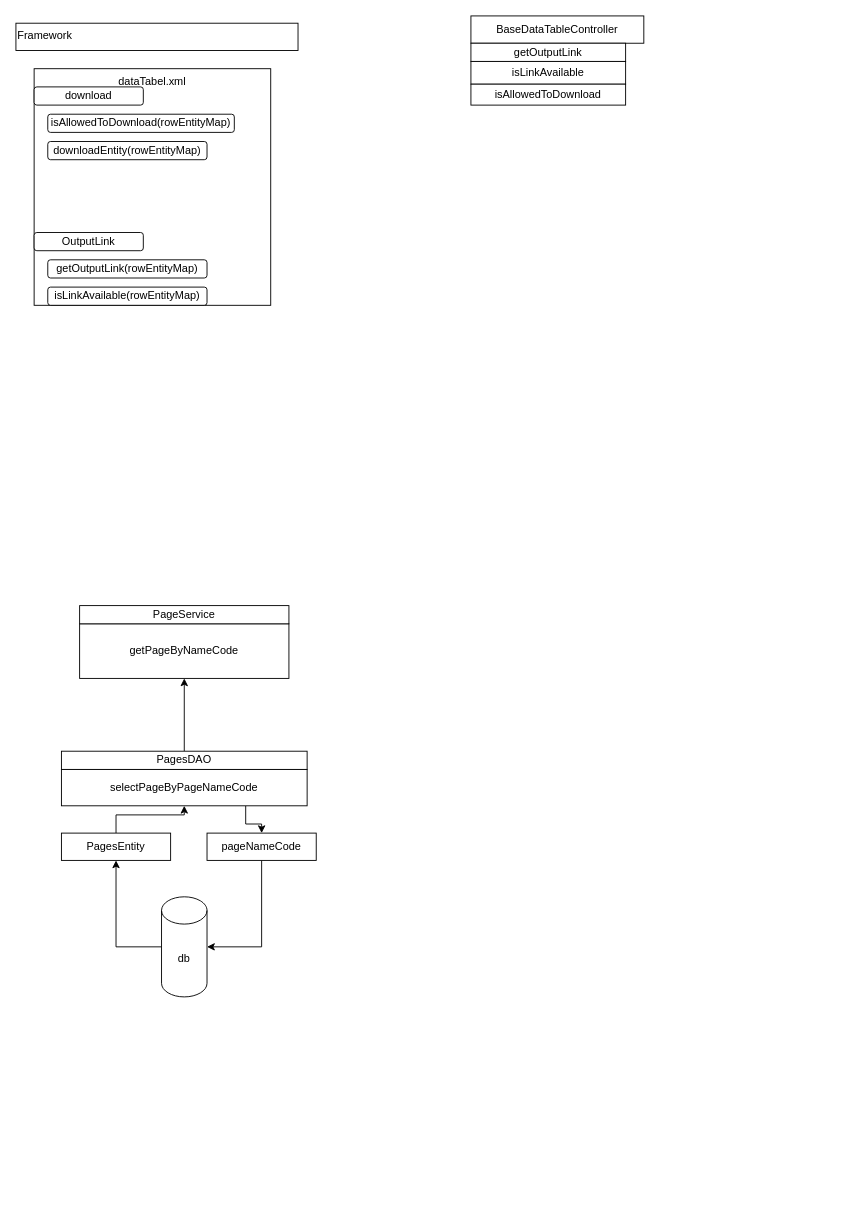
The draw.io diagram Untitled Diagram.drawio in David1991dev/teszt, before the edit. Source tidied: cells renumbered, new cells numbered last; positions are measured from the earlier drawing's top-left corner, leaving out a move shared by most shapes. Both pictures are drawn from the tidied source at 91%, with x=0, y=0 at pixel (15, 15).
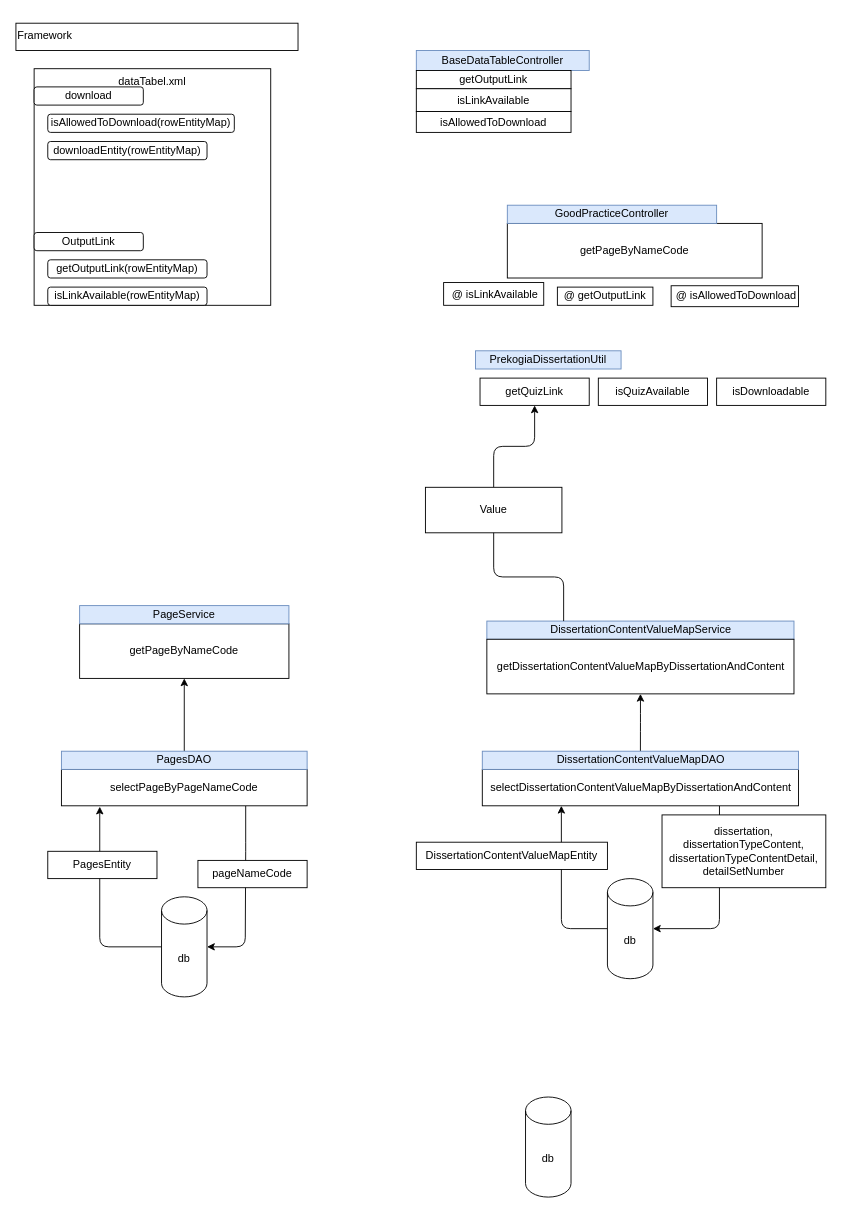
The same diagram, later.

The change refers to these unchanged cells:
```xml
<mxCell id="13" value="selectPageByPageNameCode" style="whiteSpace=wrap;html=1;" parent="1" vertex="1">
  <mxGeometry x="50" y="828" width="270" height="40" as="geometry" />
</mxCell>
<mxCell id="17" value="db" style="shape=cylinder3;whiteSpace=wrap;html=1;boundedLbl=1;backgroundOutline=1;size=15;" parent="1" vertex="1">
  <mxGeometry x="160" y="968" width="50" height="110" as="geometry" />
</mxCell>
```

Change to the diagram source:
```diff
@@
-    <mxCell id="11" value="PageService" style="rounded=0;whiteSpace=wrap;html=1;" parent="1" vertex="1">
+    <mxCell id="11" value="PageService" style="rounded=0;whiteSpace=wrap;html=1;fillColor=#dae8fc;strokeColor=#6c8ebf;" parent="1" vertex="1">
       <mxGeometry x="70" y="648" width="230" height="20" as="geometry" />
     </mxCell>
-    <mxCell id="12" style="edgeStyle=orthogonalEdgeStyle;rounded=0;jettySize=auto;html=1;exitX=0.75;exitY=1;exitDx=0;exitDy=0;" parent="1" edge="1" source="13" target="19">
-      <mxGeometry relative="1" as="geometry" />
-    </mxCell>
+    <mxCell id="26" style="edgeStyle=orthogonalEdgeStyle;curved=0;rounded=1;sketch=0;jettySize=auto;html=1;exitX=0.75;exitY=1;exitDx=0;exitDy=0;entryX=1;entryY=0.5;entryDx=0;entryDy=0;entryPerimeter=0;" parent="1" edge="1" source="13" target="17">
+      <mxGeometry relative="1" as="geometry">
+        <Array as="points">
+          <mxPoint x="252" y="918" />
+          <mxPoint x="252" y="918" />
+          <mxPoint x="252" y="1023" />
+        </Array>
+      </mxGeometry>
+    </mxCell>
@@
-    <mxCell id="15" value="PagesDAO" style="rounded=0;whiteSpace=wrap;html=1;" parent="1" vertex="1">
+    <mxCell id="15" value="PagesDAO" style="rounded=0;whiteSpace=wrap;html=1;fillColor=#dae8fc;strokeColor=#6c8ebf;" parent="1" vertex="1">
       <mxGeometry x="50" y="808" width="270" height="20" as="geometry" />
     </mxCell>
-    <mxCell id="16" style="edgeStyle=orthogonalEdgeStyle;rounded=0;jettySize=auto;html=1;exitX=0;exitY=0.5;exitDx=0;exitDy=0;exitPerimeter=0;entryX=0.5;entryY=1;entryDx=0;entryDy=0;" parent="1" edge="1" source="17" target="21">
-      <mxGeometry relative="1" as="geometry" />
-    </mxCell>
+    <mxCell id="27" style="edgeStyle=orthogonalEdgeStyle;curved=0;rounded=1;sketch=0;jettySize=auto;html=1;exitX=0;exitY=0.5;exitDx=0;exitDy=0;exitPerimeter=0;entryX=0.156;entryY=1.023;entryDx=0;entryDy=0;entryPerimeter=0;" parent="1" edge="1" source="17" target="13">
+      <mxGeometry relative="1" as="geometry">
+        <Array as="points">
+          <mxPoint x="92" y="1023" />
+        </Array>
+      </mxGeometry>
+    </mxCell>
@@
-    <mxCell id="18" style="edgeStyle=orthogonalEdgeStyle;rounded=0;jettySize=auto;html=1;exitX=0.5;exitY=1;exitDx=0;exitDy=0;entryX=1;entryY=0.5;entryDx=0;entryDy=0;entryPerimeter=0;" parent="1" edge="1" source="19" target="17">
-      <mxGeometry relative="1" as="geometry" />
-    </mxCell>
     <mxCell id="19" value="pageNameCode" style="rounded=0;whiteSpace=wrap;html=1;" parent="1" vertex="1">
-      <mxGeometry x="210" y="898" width="120" height="30" as="geometry" />
+      <mxGeometry x="200" y="928" width="120" height="30" as="geometry" />
     </mxCell>
-    <mxCell id="20" style="edgeStyle=orthogonalEdgeStyle;rounded=0;jettySize=auto;html=1;exitX=0.5;exitY=0;exitDx=0;exitDy=0;" parent="1" edge="1" source="21" target="13">
-      <mxGeometry relative="1" as="geometry" />
-    </mxCell>
     <mxCell id="21" value="PagesEntity" style="rounded=0;whiteSpace=wrap;html=1;" parent="1" vertex="1">
-      <mxGeometry x="50" y="898" width="120" height="30" as="geometry" />
+      <mxGeometry x="35" y="918" width="120" height="30" as="geometry" />
     </mxCell>
-    <mxCell id="22" value="BaseDataTableController" style="rounded=0;whiteSpace=wrap;html=1;" parent="1" vertex="1">
-      <mxGeometry x="500" width="190" height="30" as="geometry" />
+    <mxCell id="22" value="BaseDataTableController" style="rounded=0;whiteSpace=wrap;html=1;fillColor=#dae8fc;strokeColor=#6c8ebf;" parent="1" vertex="1">
+      <mxGeometry x="440" y="38" width="190" height="22" as="geometry" />
     </mxCell>
     <mxCell id="23" value="getOutputLink" style="rounded=0;whiteSpace=wrap;html=1;" parent="1" vertex="1">
-      <mxGeometry x="500" y="30" width="170" height="20" as="geometry" />
+      <mxGeometry x="440" y="60" width="170" height="20" as="geometry" />
     </mxCell>
     <mxCell id="24" value="isLinkAvailable" style="rounded=0;whiteSpace=wrap;html=1;" parent="1" vertex="1">
-      <mxGeometry x="500" y="50" width="170" height="25" as="geometry" />
+      <mxGeometry x="440" y="80" width="170" height="25" as="geometry" />
     </mxCell>
     <mxCell id="25" value="isAllowedToDownload" style="rounded=0;whiteSpace=wrap;html=1;" parent="1" vertex="1">
-      <mxGeometry x="500" y="75" width="170" height="23" as="geometry" />
+      <mxGeometry x="440" y="105" width="170" height="23" as="geometry" />
     </mxCell>
+    <mxCell id="28" value="getPageByNameCode" style="rounded=0;whiteSpace=wrap;html=1;" parent="1" vertex="1">
+      <mxGeometry x="540" y="228" width="280" height="60" as="geometry" />
+    </mxCell>
+    <mxCell id="29" value="GoodPracticeController" style="rounded=0;whiteSpace=wrap;html=1;fillColor=#dae8fc;strokeColor=#6c8ebf;" parent="1" vertex="1">
+      <mxGeometry x="540" y="208" width="230" height="20" as="geometry" />
+    </mxCell>
+    <mxCell id="30" value="@ getOutputLink" style="rounded=0;whiteSpace=wrap;html=1;" parent="1" vertex="1">
+      <mxGeometry x="595" y="298" width="105" height="20" as="geometry" />
+    </mxCell>
+    <mxCell id="31" value="&amp;nbsp;@ isLinkAvailable" style="rounded=0;whiteSpace=wrap;html=1;" parent="1" vertex="1">
+      <mxGeometry x="470" y="293" width="110" height="25" as="geometry" />
+    </mxCell>
+    <mxCell id="32" value="&amp;nbsp;@ isAllowedToDownload" style="rounded=0;whiteSpace=wrap;html=1;" parent="1" vertex="1">
+      <mxGeometry x="720" y="296.5" width="140" height="23" as="geometry" />
+    </mxCell>
+    <mxCell id="33" value="getQuizLink" style="rounded=0;whiteSpace=wrap;html=1;" parent="1" vertex="1">
+      <mxGeometry x="510" y="398" width="120" height="30" as="geometry" />
+    </mxCell>
+    <mxCell id="34" value="isQuizAvailable" style="rounded=0;whiteSpace=wrap;html=1;" parent="1" vertex="1">
+      <mxGeometry x="640" y="398" width="120" height="30" as="geometry" />
+    </mxCell>
+    <mxCell id="35" value="isDownloadable" style="rounded=0;whiteSpace=wrap;html=1;" parent="1" vertex="1">
+      <mxGeometry x="770" y="398" width="120" height="30" as="geometry" />
+    </mxCell>
+    <mxCell id="36" value="PrekogiaDissertationUtil" style="rounded=0;whiteSpace=wrap;html=1;fillColor=#dae8fc;strokeColor=#6c8ebf;" parent="1" vertex="1">
+      <mxGeometry x="505" y="368" width="160" height="20" as="geometry" />
+    </mxCell>
+    <mxCell id="37" value="db" style="shape=cylinder3;whiteSpace=wrap;html=1;boundedLbl=1;backgroundOutline=1;size=15;" parent="1" vertex="1">
+      <mxGeometry x="560" y="1188" width="50" height="110" as="geometry" />
+    </mxCell>
+    <mxCell id="38" value="DissertationContentValueMapService" style="rounded=0;whiteSpace=wrap;html=1;fillColor=#dae8fc;strokeColor=#6c8ebf;" parent="1" vertex="1">
+      <mxGeometry x="517.5" y="665" width="337.5" height="20" as="geometry" />
+    </mxCell>
+    <mxCell id="39" value="getDissertationContentValueMapByDissertationAndContent" style="whiteSpace=wrap;html=1;" parent="1" vertex="1">
+      <mxGeometry x="517.5" y="685" width="337.5" height="60" as="geometry" />
+    </mxCell>
+    <mxCell id="40" style="edgeStyle=orthogonalEdgeStyle;curved=0;rounded=1;sketch=0;jettySize=auto;html=1;exitX=0.75;exitY=1;exitDx=0;exitDy=0;entryX=1;entryY=0.5;entryDx=0;entryDy=0;entryPerimeter=0;" parent="1" edge="1" source="41" target="45">
+      <mxGeometry relative="1" as="geometry">
+        <Array as="points">
+          <mxPoint x="773" y="1003" />
+        </Array>
+      </mxGeometry>
+    </mxCell>
+    <mxCell id="41" value="selectDissertationContentValueMapByDissertationAndContent" style="whiteSpace=wrap;html=1;" parent="1" vertex="1">
+      <mxGeometry x="512.5" y="828" width="347.5" height="40" as="geometry" />
+    </mxCell>
+    <mxCell id="42" style="edgeStyle=orthogonalEdgeStyle;curved=0;rounded=1;sketch=0;jettySize=auto;html=1;exitX=0.5;exitY=0;exitDx=0;exitDy=0;" parent="1" edge="1" source="43" target="39">
+      <mxGeometry relative="1" as="geometry" />
+    </mxCell>
+    <mxCell id="43" value="DissertationContentValueMapDAO" style="rounded=0;whiteSpace=wrap;html=1;fillColor=#dae8fc;strokeColor=#6c8ebf;" parent="1" vertex="1">
+      <mxGeometry x="512.5" y="808" width="347.5" height="20" as="geometry" />
+    </mxCell>
+    <mxCell id="44" style="edgeStyle=orthogonalEdgeStyle;curved=0;rounded=1;sketch=0;jettySize=auto;html=1;exitX=0;exitY=0.5;exitDx=0;exitDy=0;exitPerimeter=0;entryX=0.25;entryY=1;entryDx=0;entryDy=0;" parent="1" edge="1" source="45" target="41">
+      <mxGeometry relative="1" as="geometry">
+        <Array as="points">
+          <mxPoint x="599" y="1003" />
+        </Array>
+      </mxGeometry>
+    </mxCell>
+    <mxCell id="45" value="db" style="shape=cylinder3;whiteSpace=wrap;html=1;boundedLbl=1;backgroundOutline=1;size=15;" parent="1" vertex="1">
+      <mxGeometry x="650" y="948" width="50" height="110" as="geometry" />
+    </mxCell>
+    <mxCell id="46" value="DissertationContentValueMapEntity" style="rounded=0;whiteSpace=wrap;html=1;" parent="1" vertex="1">
+      <mxGeometry x="440" y="908" width="210" height="30" as="geometry" />
+    </mxCell>
+    <mxCell id="47" value="dissertation, dissertationTypeContent, dissertationTypeContentDetail, detailSetNumber" style="rounded=0;whiteSpace=wrap;html=1;" parent="1" vertex="1">
+      <mxGeometry x="710" y="878" width="180" height="80" as="geometry" />
+    </mxCell>
+    <mxCell id="48" style="edgeStyle=orthogonalEdgeStyle;curved=0;rounded=1;sketch=0;jettySize=auto;html=1;exitX=0.5;exitY=0;exitDx=0;exitDy=0;" parent="1" edge="1" source="49" target="33">
+      <mxGeometry relative="1" as="geometry" />
+    </mxCell>
+    <mxCell id="49" value="Value" style="rounded=0;whiteSpace=wrap;html=1;" parent="1" vertex="1">
+      <mxGeometry x="450" y="518" width="150" height="50" as="geometry" />
+    </mxCell>
+    <mxCell id="50" style="edgeStyle=orthogonalEdgeStyle;curved=0;rounded=1;sketch=0;jettySize=auto;html=1;exitX=0.25;exitY=0;exitDx=0;exitDy=0;endArrow=none;entryX=0.5;entryY=1;entryDx=0;entryDy=0;" parent="1" edge="1" source="38" target="49">
+      <mxGeometry relative="1" as="geometry" />
+    </mxCell>
```
